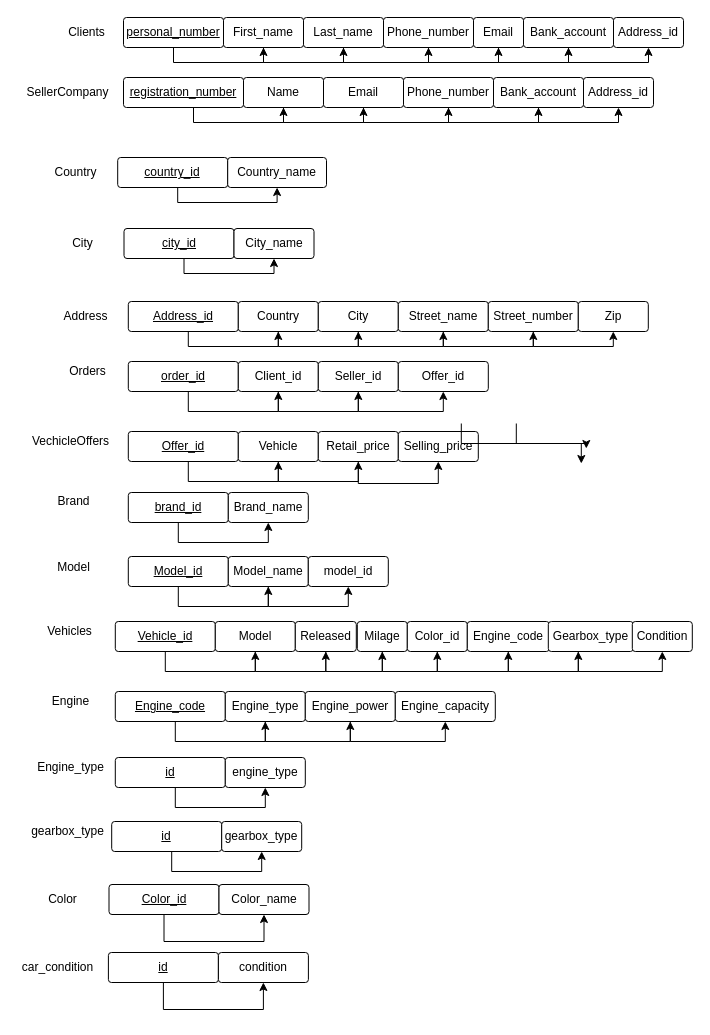
This is page "normalization" (3 of 4) of Car Marketplace.drawio from kstekels/Car-Marketplace, a draw.io file, before an edit. Source tidied: cells renumbered, new cells numbered last; positions are measured from the earlier drawing's top-left corner, leaving out a move shared by most shapes. Both pictures are drawn from the tidied source at 100%, with x=0, y=0 at pixel (17, 17).
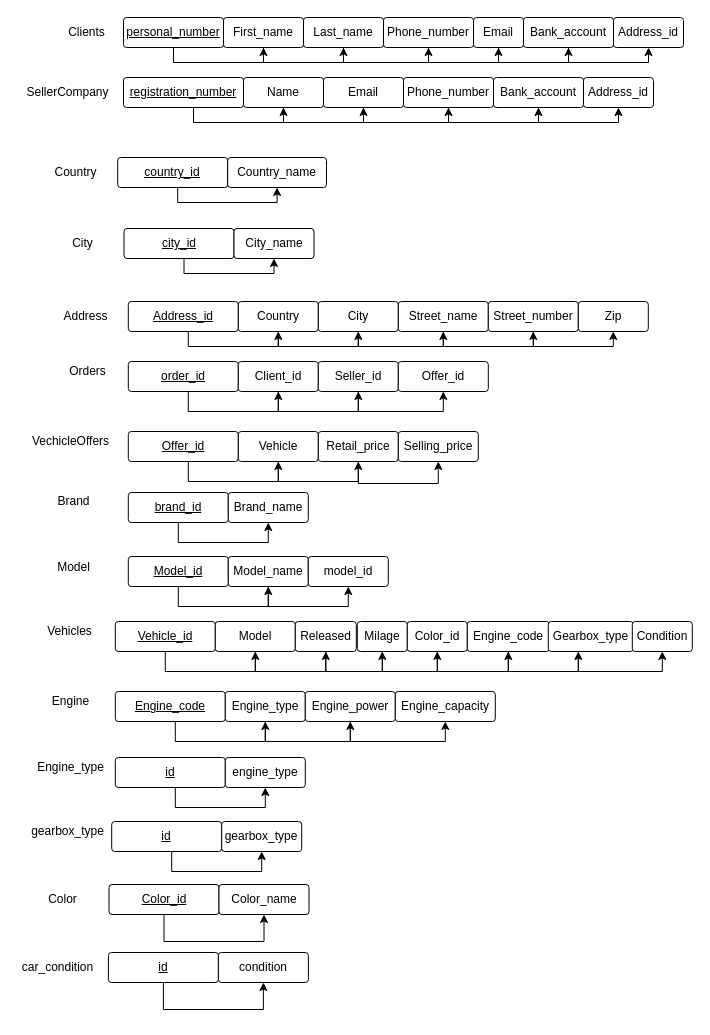
Above is the later version.

The edit, as a diff of the source:
```diff
@@
-    <mxCell id="106" style="endArrow=classic;html=1;rounded=0;edgeStyle=elbowEdgeStyle;elbow=vertical;entryX=0.5;entryY=1;entryDx=0;entryDy=0;exitX=0.5;exitY=1;exitDx=0;exitDy=0;" parent="1" edge="1">
-      <mxGeometry relative="1" as="geometry">
-        <mxPoint x="443.8" y="406" as="sourcePoint" />
-        <mxPoint x="568.8" y="431" as="targetPoint" />
-        <Array as="points">
-          <mxPoint x="478.8" y="426" />
-        </Array>
-      </mxGeometry>
-    </mxCell>
-    <mxCell id="107" style="endArrow=classic;html=1;rounded=0;edgeStyle=elbowEdgeStyle;elbow=vertical;exitX=0.5;exitY=1;exitDx=0;exitDy=0;entryX=0.5;entryY=1;entryDx=0;entryDy=0;" parent="1" edge="1">
-      <mxGeometry relative="1" as="geometry">
-        <mxPoint x="498.8" y="406" as="sourcePoint" />
-        <mxPoint x="563.8" y="446" as="targetPoint" />
-        <Array as="points">
-          <mxPoint x="528.8" y="426" />
-        </Array>
-      </mxGeometry>
-    </mxCell>
```
